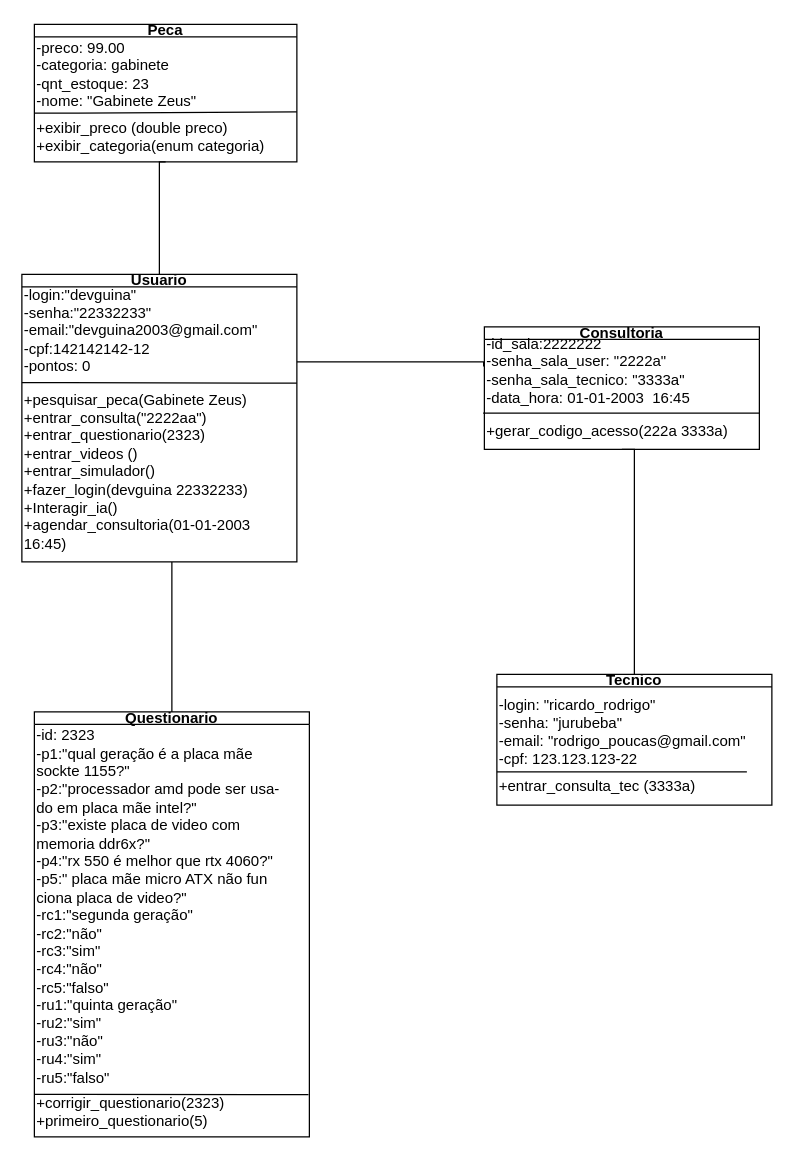
Earlier version of the draw.io diagram page "Page-12" (12 of 12) of Diagrama sem nome.drawio (devguina/CEFET-Software_Engineering). Source tidied: cells renumbered, new cells numbered last; positions are measured from the earlier drawing's top-left corner, leaving out a move shared by most shapes. Both pictures are drawn from the tidied source at 125%, with x=0, y=0 at pixel (21, 24).
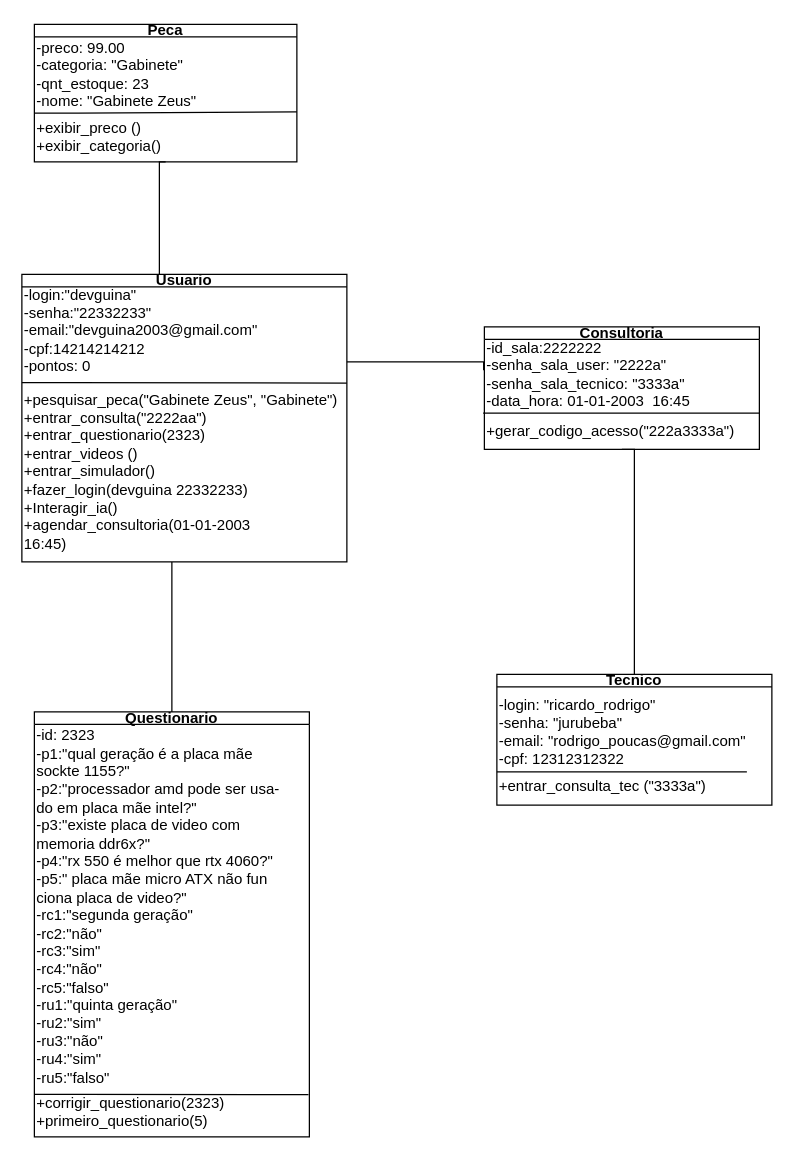
The same page after the edit.

Unchanged cells that the change refers to:
```xml
<mxCell id="10" value="Consultoria" style="swimlane;whiteSpace=wrap;html=1;startSize=10;" parent="1" vertex="1">
  <mxGeometry x="370" y="242" width="220" height="98" as="geometry" />
</mxCell>
<mxCell id="15" value="Tecnico" style="swimlane;whiteSpace=wrap;html=1;startSize=10;" parent="1" vertex="1">
  <mxGeometry x="380" y="520" width="220" height="104.5" as="geometry" />
</mxCell>
<mxCell id="20" value="Peca" style="swimlane;whiteSpace=wrap;html=1;startSize=10;" parent="1" vertex="1">
  <mxGeometry x="10" width="210" height="110" as="geometry" />
</mxCell>
```

Change to the diagram source:
```diff
@@
     <mxCell id="3" value="Usuario" style="swimlane;whiteSpace=wrap;html=1;startSize=10;" parent="1" vertex="1">
-      <mxGeometry y="200" width="220" height="230" as="geometry" />
+      <mxGeometry y="200" width="260" height="230" as="geometry" />
     </mxCell>
-    <mxCell id="4" value="+pesquisar_peca(&lt;span style=&quot;text-wrap: nowrap;&quot;&gt;Gabinete Zeus&lt;/span&gt;)&lt;div&gt;+entrar_consulta(&quot;2222aa&quot;)&lt;/div&gt;&lt;div&gt;+entrar_questionario(2323)&lt;/div&gt;&lt;div&gt;+entrar_videos ()&lt;/div&gt;&lt;div&gt;+entrar_simulador()&lt;/div&gt;&lt;div&gt;+fazer_login(devguina 22332233)&lt;/div&gt;&lt;div&gt;+Interagir_ia()&lt;/div&gt;&lt;div&gt;+agendar_consultoria(&lt;span style=&quot;text-wrap: nowrap;&quot;&gt;01-01-2003&amp;nbsp;&amp;nbsp;&lt;/span&gt;&lt;/div&gt;&lt;div&gt;&lt;span style=&quot;text-wrap: nowrap;&quot;&gt;16:45&lt;/span&gt;)&lt;/div&gt;&lt;div&gt;&lt;br&gt;&lt;/div&gt;" style="text;html=1;align=left;verticalAlign=middle;whiteSpace=wrap;rounded=0;" parent="3" vertex="1">
+    <mxCell id="4" value="+pesquisar_peca(&quot;&lt;span style=&quot;text-wrap: nowrap;&quot;&gt;Gabinete Zeus&quot;, &quot;Gabinete&quot;&lt;/span&gt;)&lt;div&gt;+entrar_consulta(&quot;2222aa&quot;)&lt;/div&gt;&lt;div&gt;+entrar_questionario(2323)&lt;/div&gt;&lt;div&gt;+entrar_videos ()&lt;/div&gt;&lt;div&gt;+entrar_simulador()&lt;/div&gt;&lt;div&gt;+fazer_login(devguina 22332233)&lt;/div&gt;&lt;div&gt;+Interagir_ia()&lt;/div&gt;&lt;div&gt;+agendar_consultoria(&lt;span style=&quot;text-wrap: nowrap;&quot;&gt;01-01-2003&amp;nbsp;&amp;nbsp;&lt;/span&gt;&lt;/div&gt;&lt;div&gt;&lt;span style=&quot;text-wrap: nowrap;&quot;&gt;16:45&lt;/span&gt;)&lt;/div&gt;&lt;div&gt;&lt;br&gt;&lt;/div&gt;" style="text;html=1;align=left;verticalAlign=middle;whiteSpace=wrap;rounded=0;" parent="3" vertex="1">
       <mxGeometry y="120" width="210" height="90" as="geometry" />
     </mxCell>
-    <mxCell id="5" value="&lt;div&gt;-login:&quot;devguina&quot;&lt;/div&gt;&lt;div&gt;-senha:&quot;22332233&quot;&lt;/div&gt;&lt;div&gt;-email:&quot;devguina2003@gmail.com&quot;&lt;/div&gt;&lt;div&gt;-cpf:142142142-12&lt;/div&gt;&lt;div&gt;-pontos: 0&lt;/div&gt;" style="text;html=1;align=left;verticalAlign=middle;strokeColor=none;fillColor=none;" parent="3" vertex="1">
+    <mxCell id="5" value="&lt;div&gt;-login:&quot;devguina&quot;&lt;/div&gt;&lt;div&gt;-senha:&quot;22332233&quot;&lt;/div&gt;&lt;div&gt;-email:&quot;devguina2003@gmail.com&quot;&lt;/div&gt;&lt;div&gt;-cpf:14214214212&lt;/div&gt;&lt;div&gt;-pontos: 0&lt;/div&gt;" style="text;html=1;align=left;verticalAlign=middle;strokeColor=none;fillColor=none;" parent="3" vertex="1">
       <mxGeometry width="210" height="90" as="geometry" />
     </mxCell>
@@
-    <mxCell id="12" value="&lt;div&gt;+gerar_codigo_acesso(222a 3333a)&lt;/div&gt;" style="text;html=1;align=left;verticalAlign=middle;whiteSpace=wrap;rounded=0;" parent="10" vertex="1">
+    <mxCell id="12" value="&lt;div&gt;+gerar_codigo_acesso(&quot;222a3333a&quot;)&lt;/div&gt;" style="text;html=1;align=left;verticalAlign=middle;whiteSpace=wrap;rounded=0;" parent="10" vertex="1">
       <mxGeometry y="58" width="220" height="52" as="geometry" />
     </mxCell>
     <mxCell id="13" value="-id_sala:2222222&lt;div&gt;-senha_sala_user: &quot;2222a&quot;&lt;/div&gt;&lt;div&gt;-senha_sala_tecnico: &quot;3333a&quot;&lt;/div&gt;&lt;div&gt;-data_hora: 01-01-2003&amp;nbsp; 16:45&lt;/div&gt;" style="text;html=1;align=left;verticalAlign=middle;points=[];strokeColor=none;fillColor=none;" parent="10" vertex="1">
-      <mxGeometry width="190" height="70" as="geometry" />
+      <mxGeometry y="3" width="190" height="70" as="geometry" />
     </mxCell>
@@
-    <mxCell id="16" value="&lt;div&gt;-login: &quot;ricardo_rodrigo&quot;&lt;/div&gt;&lt;div&gt;-senha: &quot;jurubeba&quot;&lt;/div&gt;&lt;div&gt;-email: &quot;rodrigo_poucas@gmail.com&quot;&lt;/div&gt;&lt;div&gt;-cpf: 123.123.123-22&lt;/div&gt;" style="text;html=1;align=left;verticalAlign=middle;strokeColor=none;fillColor=none;" parent="15" vertex="1">
+    <mxCell id="16" value="&lt;div&gt;-login: &quot;ricardo_rodrigo&quot;&lt;/div&gt;&lt;div&gt;-senha: &quot;jurubeba&quot;&lt;/div&gt;&lt;div&gt;-email: &quot;rodrigo_poucas@gmail.com&quot;&lt;/div&gt;&lt;div&gt;-cpf: 12312312322&lt;/div&gt;" style="text;html=1;align=left;verticalAlign=middle;strokeColor=none;fillColor=none;" parent="15" vertex="1">
       <mxGeometry y="10.5" width="220" height="70" as="geometry" />
     </mxCell>
@@
-    <mxCell id="18" value="+entrar_consulta_tec (3333a)" style="text;html=1;align=left;verticalAlign=middle;whiteSpace=wrap;rounded=0;" parent="15" vertex="1">
+    <mxCell id="18" value="+entrar_consulta_tec (&quot;3333a&quot;)" style="text;html=1;align=left;verticalAlign=middle;whiteSpace=wrap;rounded=0;" parent="15" vertex="1">
       <mxGeometry y="74.5" width="190" height="30" as="geometry" />
     </mxCell>
@@
-    <mxCell id="21" value="&lt;div&gt;-preco: 99.00&lt;/div&gt;&lt;div&gt;-categoria: gabinete&lt;/div&gt;&lt;div&gt;-qnt_estoque: 23&lt;/div&gt;&lt;div&gt;-nome: &quot;Gabinete Zeus&quot;&lt;/div&gt;" style="text;html=1;align=left;verticalAlign=middle;strokeColor=none;fillColor=none;" parent="20" vertex="1">
+    <mxCell id="21" value="&lt;div&gt;-preco: 99.00&lt;/div&gt;&lt;div&gt;-categoria: &quot;Gabinete&quot;&lt;/div&gt;&lt;div&gt;-qnt_estoque: 23&lt;/div&gt;&lt;div&gt;-nome: &quot;Gabinete Zeus&quot;&lt;/div&gt;" style="text;html=1;align=left;verticalAlign=middle;strokeColor=none;fillColor=none;" parent="20" vertex="1">
       <mxGeometry y="5" width="150" height="70" as="geometry" />
     </mxCell>
@@
-    <mxCell id="23" value="+exibir_preco (double preco)&lt;div&gt;+exibir_categoria(enum categoria)&lt;/div&gt;" style="text;html=1;align=left;verticalAlign=middle;strokeColor=none;fillColor=none;" parent="20" vertex="1">
-      <mxGeometry y="70" width="210" height="40" as="geometry" />
+    <mxCell id="23" value="+exibir_preco ()&lt;div&gt;+exibir_categoria()&lt;/div&gt;" style="text;html=1;align=left;verticalAlign=middle;strokeColor=none;fillColor=none;" parent="20" vertex="1">
+      <mxGeometry y="70" width="120" height="40" as="geometry" />
     </mxCell>
@@
     <mxCell id="25" style="endArrow=none;html=1;rounded=0;" parent="1" edge="1">
       <mxGeometry relative="1" as="geometry">
         <mxPoint y="286.6" as="sourcePoint" />
-        <mxPoint x="220" y="287" as="targetPoint" />
+        <mxPoint x="260" y="287" as="targetPoint" />
         <Array as="points">
           <mxPoint x="35" y="286.6" />
         </Array>
       </mxGeometry>
     </mxCell>
```
